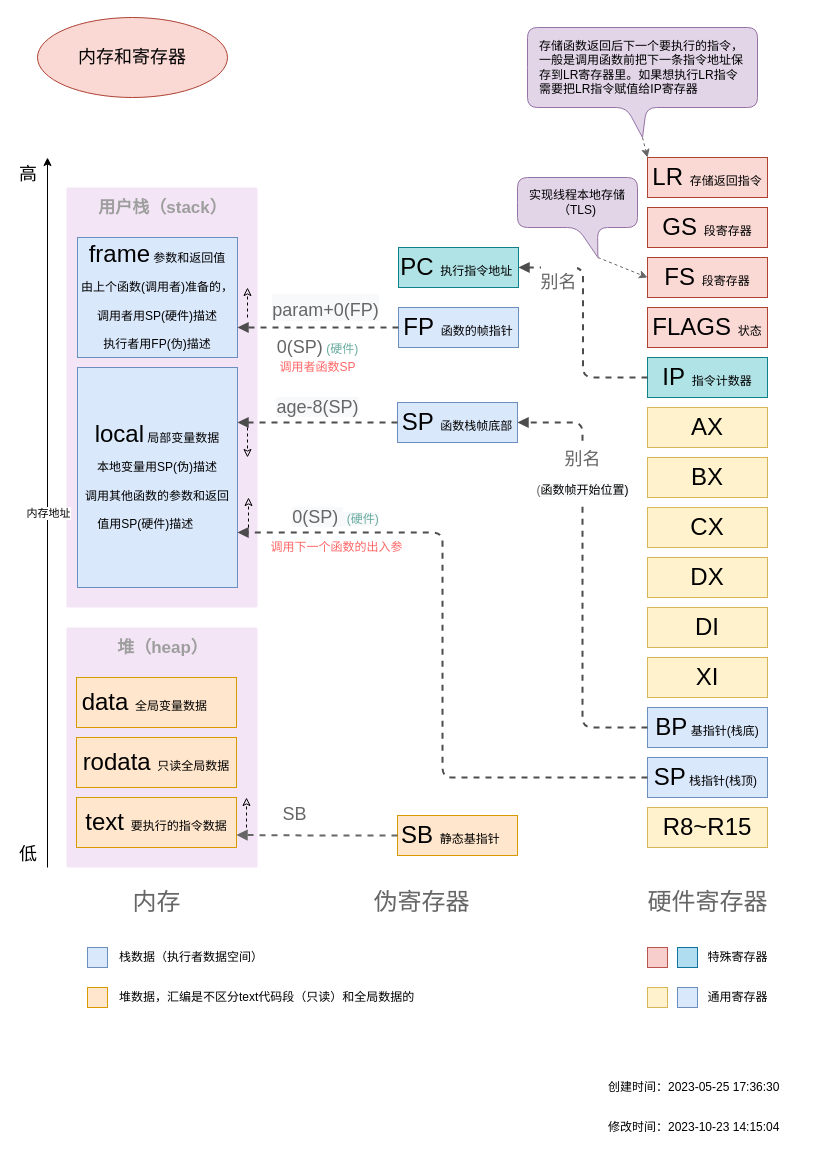
This is 运行原理图解源文件/5.Golang内存和寄存器.drawio from fire1220/annotation-go1.16.14, a draw.io file, before an edit. Source tidied: cells renumbered, new cells numbered last; positions are measured from the earlier drawing's top-left corner, leaving out a move shared by most shapes. Both pictures are drawn from the tidied source at 100%, with x=0, y=0 at pixel (37, 17).
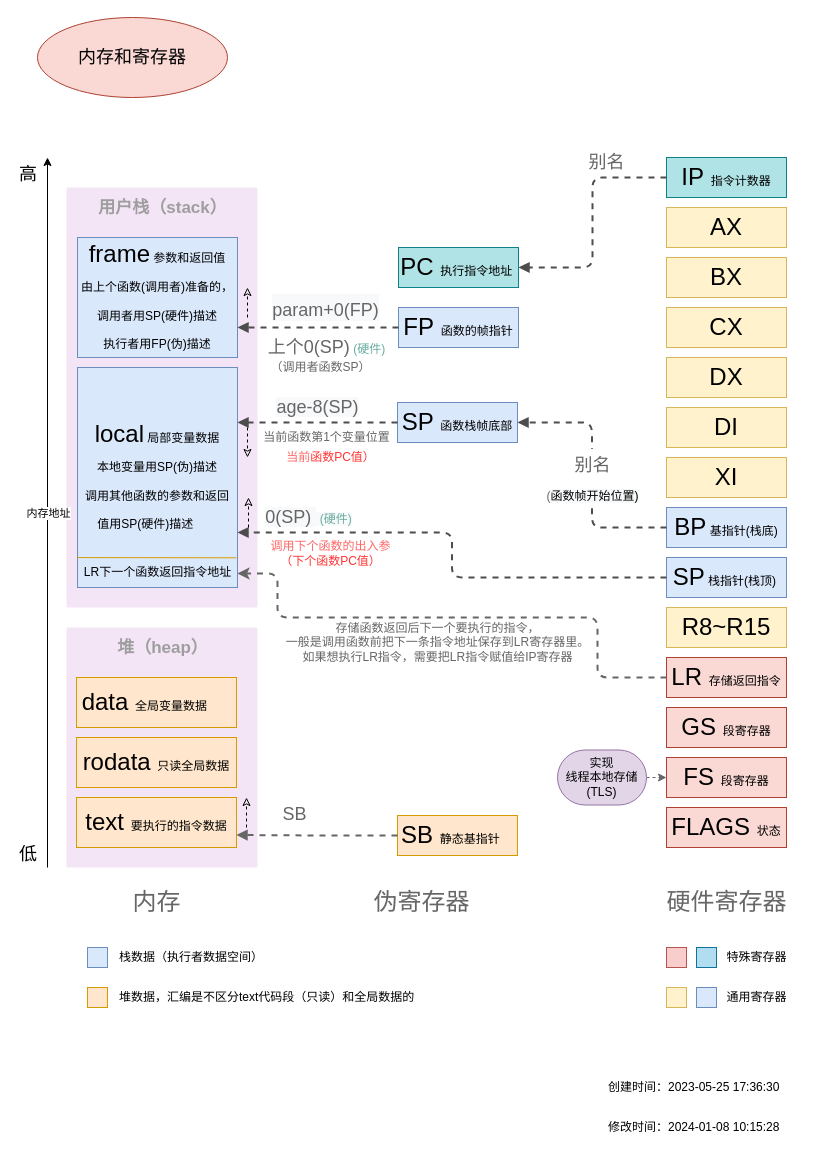
The same diagram, later.

Unchanged cells that the change refers to:
```xml
<mxCell id="20" value="PC&amp;nbsp;&lt;font style=&quot;font-size: 12px&quot;&gt;执行指令地址&amp;nbsp;&lt;/font&gt;" style="whiteSpace=wrap;html=1;fontSize=24;fillColor=#b0e3e6;strokeColor=#0e8088;align=center;" parent="1" vertex="1">
  <mxGeometry x="361" y="230" width="120" height="40" as="geometry" />
</mxCell>
<mxCell id="22" value="SP&amp;nbsp;&lt;font style=&quot;font-size: 12px&quot;&gt;函数栈帧底部&lt;/font&gt;" style="whiteSpace=wrap;html=1;fontSize=24;fillColor=#dae8fc;strokeColor=#6c8ebf;" parent="1" vertex="1">
  <mxGeometry x="360" y="385" width="120" height="40" as="geometry" />
</mxCell>
```

Diff of the diagram source:
```diff
@@
     <mxCell id="5" value="FLAGS&amp;nbsp;&lt;font style=&quot;font-size: 12px&quot;&gt;状态&lt;/font&gt;" style="whiteSpace=wrap;html=1;fontSize=24;fillColor=#fad9d5;strokeColor=#ae4132;" parent="1" vertex="1">
-      <mxGeometry x="610" y="290" width="120" height="40" as="geometry" />
+      <mxGeometry x="629" y="790" width="120" height="40" as="geometry" />
     </mxCell>
     <mxCell id="6" value="DX" style="whiteSpace=wrap;html=1;fontSize=24;fillColor=#fff2cc;strokeColor=#d6b656;" parent="1" vertex="1">
-      <mxGeometry x="610" y="540" width="120" height="40" as="geometry" />
+      <mxGeometry x="629" y="340" width="120" height="40" as="geometry" />
     </mxCell>
     <mxCell id="7" value="IP&amp;nbsp;&lt;font style=&quot;font-size: 12px&quot;&gt;指令计数器&lt;/font&gt;" style="whiteSpace=wrap;html=1;fontSize=24;fillColor=#b0e3e6;strokeColor=#0e8088;" parent="1" vertex="1">
-      <mxGeometry x="610" y="340" width="120" height="40" as="geometry" />
+      <mxGeometry x="629" y="140" width="120" height="40" as="geometry" />
     </mxCell>
     <mxCell id="8" value="CX" style="whiteSpace=wrap;html=1;fontSize=24;fillColor=#fff2cc;strokeColor=#d6b656;" parent="1" vertex="1">
-      <mxGeometry x="610" y="490" width="120" height="40" as="geometry" />
+      <mxGeometry x="629" y="290" width="120" height="40" as="geometry" />
     </mxCell>
     <mxCell id="9" value="BP&lt;font style=&quot;font-size: 12px&quot;&gt;&amp;nbsp;&lt;/font&gt;&lt;font style=&quot;font-size: 12px&quot;&gt;&lt;font style=&quot;font-size: 12px&quot;&gt;&lt;font style=&quot;font-size: 12px&quot;&gt;基指针(&lt;/font&gt;栈底)&lt;/font&gt;&lt;br&gt;&lt;/font&gt;" style="whiteSpace=wrap;html=1;fontSize=24;fillColor=#dae8fc;strokeColor=#6c8ebf;" parent="1" vertex="1">
-      <mxGeometry x="610" y="690" width="120" height="40" as="geometry" />
+      <mxGeometry x="629" y="490" width="120" height="40" as="geometry" />
     </mxCell>
     <mxCell id="10" value="R8~R15" style="whiteSpace=wrap;html=1;fontSize=24;fillColor=#fff2cc;strokeColor=#d6b656;" parent="1" vertex="1">
-      <mxGeometry x="610" y="790" width="120" height="40" as="geometry" />
+      <mxGeometry x="629" y="590" width="120" height="40" as="geometry" />
     </mxCell>
     <mxCell id="11" value="AX" style="whiteSpace=wrap;html=1;fontSize=24;fillColor=#fff2cc;strokeColor=#d6b656;" parent="1" vertex="1">
-      <mxGeometry x="610" y="390" width="120" height="40" as="geometry" />
+      <mxGeometry x="629" y="190" width="120" height="40" as="geometry" />
     </mxCell>
     <mxCell id="12" value="BX" style="whiteSpace=wrap;html=1;fontSize=24;fillColor=#fff2cc;strokeColor=#d6b656;" parent="1" vertex="1">
-      <mxGeometry x="610" y="440" width="120" height="40" as="geometry" />
+      <mxGeometry x="629" y="240" width="120" height="40" as="geometry" />
     </mxCell>
     <mxCell id="13" value="SP&lt;font style=&quot;font-size: 12px&quot;&gt;&amp;nbsp;&lt;font style=&quot;font-size: 12px&quot;&gt;栈指针(栈顶)&lt;/font&gt;&lt;/font&gt;&lt;font style=&quot;font-size: 12px&quot;&gt;&amp;nbsp;&lt;/font&gt;" style="whiteSpace=wrap;html=1;fontSize=24;fillColor=#dae8fc;strokeColor=#6c8ebf;" parent="1" vertex="1">
-      <mxGeometry x="610" y="740" width="120" height="40" as="geometry" />
+      <mxGeometry x="629" y="540" width="120" height="40" as="geometry" />
     </mxCell>
@@
-    <mxCell id="15" value="local&lt;font style=&quot;font-size: 12px&quot;&gt; 局部变量数据&lt;br&gt;本地变量用SP(伪)描述&lt;br&gt;调用其他函数的参数和返回值用SP(硬件)描述&amp;nbsp; &amp;nbsp; &amp;nbsp; &amp;nbsp;&lt;/font&gt;" style="whiteSpace=wrap;html=1;fontSize=24;fillColor=#dae8fc;strokeColor=#6c8ebf;spacingLeft=5;spacingRight=5;" parent="1" vertex="1">
-      <mxGeometry x="40" y="350" width="160" height="220" as="geometry" />
-    </mxCell>
@@
     <mxCell id="19" value="硬件寄存器" style="text;html=1;align=center;verticalAlign=middle;strokeColor=none;fontSize=24;fontColor=#666;" parent="1" vertex="1">
-      <mxGeometry x="600" y="870" width="140" height="30" as="geometry" />
+      <mxGeometry x="619" y="870" width="140" height="30" as="geometry" />
     </mxCell>
@@
     <mxCell id="28" value="&lt;span style=&quot;font-size: 18px&quot;&gt;别名&lt;/span&gt;" style="html=1;verticalAlign=bottom;endArrow=block;shadow=0;edgeStyle=orthogonalEdgeStyle;dashed=1;fontSize=24;fontColor=#666;strokeColor=#4D4D4D;strokeWidth=2;exitX=0;exitY=0.5;exitDx=0;exitDy=0;entryX=1;entryY=0.5;entryDx=0;entryDy=0;" parent="1" edge="1" source="7" target="20">
-      <mxGeometry x="0.21" y="26" relative="1" as="geometry">
-        <mxPoint x="1" as="offset" />
-      </mxGeometry>
+      <mxGeometry x="-0.5" relative="1" as="geometry" />
     </mxCell>
-    <mxCell id="29" value="&lt;span style=&quot;font-size: 18px&quot;&gt;别名&lt;br&gt;&lt;/span&gt;&lt;font style=&quot;font-size: 12px&quot;&gt;(&lt;/font&gt;&lt;font style=&quot;font-size: 12px&quot;&gt;&lt;span style=&quot;color: rgb(0 , 0 , 0) ; background-color: rgb(248 , 249 , 250)&quot;&gt;函数帧开始位置)&lt;/span&gt;&lt;br&gt;&lt;/font&gt;" style="html=1;verticalAlign=bottom;endArrow=block;shadow=0;edgeStyle=orthogonalEdgeStyle;dashed=1;fontSize=24;fontColor=#666;strokeColor=#4D4D4D;strokeWidth=2;exitX=0;exitY=0.5;exitDx=0;exitDy=0;entryX=1;entryY=0.5;entryDx=0;entryDy=0;" parent="1" edge="1" source="9" target="22">
-      <mxGeometry x="0.33" relative="1" as="geometry" />
+    <mxCell id="29" value="&lt;span style=&quot;font-size: 18px&quot;&gt;别名&lt;br&gt;&lt;/span&gt;&lt;font style=&quot;font-size: 12px&quot;&gt;(&lt;/font&gt;&lt;font style=&quot;font-size: 12px&quot;&gt;&lt;span style=&quot;color: rgb(0 , 0 , 0) ; background-color: rgb(248 , 249 , 250)&quot;&gt;&lt;font style=&quot;font-size: 12px&quot;&gt;函数帧开始位置)&lt;/font&gt;&lt;/span&gt;&lt;br&gt;&lt;/font&gt;" style="html=1;verticalAlign=bottom;endArrow=block;shadow=0;edgeStyle=orthogonalEdgeStyle;dashed=1;fontSize=24;fontColor=#666;strokeColor=#4D4D4D;strokeWidth=2;exitX=0;exitY=0.5;exitDx=0;exitDy=0;entryX=1;entryY=0.5;entryDx=0;entryDy=0;" parent="1" edge="1" source="9" target="22">
+      <mxGeometry x="-0.26" relative="1" as="geometry">
+        <mxPoint y="1" as="offset" />
+      </mxGeometry>
     </mxCell>
@@
     <mxCell id="44" style="whiteSpace=wrap;html=1;fillColor=#b1ddf0;strokeColor=#10739e;" parent="1" vertex="1">
-      <mxGeometry x="640" y="930" width="20" height="20" as="geometry" />
+      <mxGeometry x="659" y="930" width="20" height="20" as="geometry" />
     </mxCell>
     <mxCell id="45" style="whiteSpace=wrap;html=1;fillColor=#fff2cc;strokeColor=#d6b656;" parent="1" vertex="1">
-      <mxGeometry x="610" y="970" width="20" height="20" as="geometry" />
+      <mxGeometry x="629" y="970" width="20" height="20" as="geometry" />
     </mxCell>
     <mxCell id="46" style="whiteSpace=wrap;html=1;fillColor=#f8cecc;strokeColor=#b85450;" parent="1" vertex="1">
-      <mxGeometry x="610" y="930" width="20" height="20" as="geometry" />
+      <mxGeometry x="629" y="930" width="20" height="20" as="geometry" />
     </mxCell>
     <mxCell id="47" style="whiteSpace=wrap;html=1;fillColor=#dae8fc;strokeColor=#6c8ebf;" parent="1" vertex="1">
-      <mxGeometry x="640" y="970" width="20" height="20" as="geometry" />
+      <mxGeometry x="659" y="970" width="20" height="20" as="geometry" />
     </mxCell>
     <mxCell id="48" value="特殊寄存器" style="text;html=1;align=center;verticalAlign=middle;strokeColor=none;" parent="1" vertex="1">
-      <mxGeometry x="660" y="930" width="80" height="20" as="geometry" />
+      <mxGeometry x="679" y="930" width="80" height="20" as="geometry" />
     </mxCell>
     <mxCell id="49" value="通用寄存器" style="text;html=1;align=center;verticalAlign=middle;strokeColor=none;" parent="1" vertex="1">
-      <mxGeometry x="660" y="970" width="80" height="20" as="geometry" />
+      <mxGeometry x="679" y="970" width="80" height="20" as="geometry" />
     </mxCell>
-    <mxCell id="50" value="修改时间：2023-10-23 14:15:04" style="text;html=1;align=left;verticalAlign=middle;strokeColor=none;" parent="1" vertex="1">
+    <mxCell id="50" value="修改时间：2024-01-08 10:15:28" style="text;html=1;align=left;verticalAlign=middle;strokeColor=none;" parent="1" vertex="1">
       <mxGeometry x="569" y="1100" width="190" height="20" as="geometry" />
     </mxCell>
@@
     <mxCell id="52" value="XI" style="whiteSpace=wrap;html=1;fontSize=24;fillColor=#fff2cc;strokeColor=#d6b656;" parent="1" vertex="1">
-      <mxGeometry x="610" y="640" width="120" height="40" as="geometry" />
+      <mxGeometry x="629" y="440" width="120" height="40" as="geometry" />
     </mxCell>
     <mxCell id="53" value="DI" style="whiteSpace=wrap;html=1;fontSize=24;fillColor=#fff2cc;strokeColor=#d6b656;" parent="1" vertex="1">
-      <mxGeometry x="610" y="590" width="120" height="40" as="geometry" />
+      <mxGeometry x="629" y="390" width="120" height="40" as="geometry" />
     </mxCell>
     <mxCell id="54" value="GS&amp;nbsp;&lt;font style=&quot;font-size: 12px&quot;&gt;段寄存器&lt;/font&gt;" style="whiteSpace=wrap;html=1;fontSize=24;fillColor=#fad9d5;strokeColor=#ae4132;" parent="1" vertex="1">
-      <mxGeometry x="610" y="190" width="120" height="40" as="geometry" />
+      <mxGeometry x="629" y="690" width="120" height="40" as="geometry" />
     </mxCell>
     <mxCell id="55" value="FS&amp;nbsp;&lt;font style=&quot;font-size: 12px&quot;&gt;段寄存器&lt;/font&gt;" style="whiteSpace=wrap;html=1;fontSize=24;fillColor=#fad9d5;strokeColor=#ae4132;" parent="1" vertex="1">
-      <mxGeometry x="610" y="240" width="120" height="40" as="geometry" />
+      <mxGeometry x="629" y="740" width="120" height="40" as="geometry" />
     </mxCell>
-    <mxCell id="56" style="rounded=1;jettySize=auto;html=1;entryX=0;entryY=0.5;entryDx=0;entryDy=0;strokeColor=#666666;dashed=1;exitX=0;exitY=0;exitDx=80.4;exitDy=80;exitPerimeter=0;" parent="1" edge="1" source="57" target="55">
-      <mxGeometry relative="1" as="geometry" />
-    </mxCell>
-    <mxCell id="57" value="实现线程本地存储 （TLS)" style="shape=callout;rounded=1;whiteSpace=wrap;html=1;perimeter=calloutPerimeter;position2=0.67;fillColor=#e1d5e7;strokeColor=#9673a6;" parent="1" vertex="1">
-      <mxGeometry x="480" y="160" width="120" height="80" as="geometry" />
-    </mxCell>
+    <mxCell id="65" style="edgeStyle=orthogonalEdgeStyle;rounded=1;jettySize=auto;html=1;entryX=1;entryY=0.55;entryDx=0;entryDy=0;entryPerimeter=0;dashed=1;strokeColor=#666666;strokeWidth=2;" parent="1" edge="1" source="58" target="68">
+      <mxGeometry relative="1" as="geometry">
+        <Array as="points">
+          <mxPoint x="560" y="660" />
+          <mxPoint x="560" y="600" />
+          <mxPoint x="240" y="600" />
+          <mxPoint x="240" y="556" />
+        </Array>
+      </mxGeometry>
+    </mxCell>
     <mxCell id="58" value="LR&amp;nbsp;&lt;font style=&quot;font-size: 12px&quot;&gt;存储返回指令&lt;/font&gt;" style="whiteSpace=wrap;html=1;fontSize=24;fillColor=#fad9d5;strokeColor=#ae4132;" parent="1" vertex="1">
-      <mxGeometry x="610" y="140" width="120" height="40" as="geometry" />
+      <mxGeometry x="629" y="640" width="120" height="40" as="geometry" />
     </mxCell>
-    <mxCell id="59" style="rounded=0;jettySize=auto;html=1;strokeColor=#666666;dashed=1;exitX=0;exitY=0;exitDx=115;exitDy=110;exitPerimeter=0;entryX=0;entryY=0;entryDx=0;entryDy=0;" parent="1" edge="1" source="60" target="58">
-      <mxGeometry relative="1" as="geometry" />
-    </mxCell>
-    <mxCell id="60" value="存储函数返回后下一个要执行的指令，一般是调用函数前把下一条指令地址保存到LR寄存器里。如果想执行LR指令&lt;br&gt;需要把LR指令赋值给IP寄存器" style="shape=callout;rounded=1;whiteSpace=wrap;html=1;perimeter=calloutPerimeter;align=left;spacingLeft=10;spacingRight=5;size=30;position=0.43;fillColor=#e1d5e7;strokeColor=#9673a6;" parent="1" vertex="1">
-      <mxGeometry x="490" y="10" width="230" height="110" as="geometry" />
-    </mxCell>
-    <mxCell id="61" value="&lt;span&gt;&lt;font color=&quot;#ff6666&quot;&gt;调用下一个函数的出入参&lt;/font&gt;&lt;/span&gt;" style="text;html=1;align=center;verticalAlign=middle;strokeColor=none;" parent="1" vertex="1">
-      <mxGeometry x="224" y="520" width="150" height="20" as="geometry" />
+    <mxCell id="61" value="&lt;span&gt;&lt;font color=&quot;#ff6666&quot;&gt;调用下个函数的出入参&lt;br&gt;&lt;/font&gt;&lt;/span&gt;&lt;span style=&quot;color: rgb(255 , 51 , 51)&quot;&gt;（下个函数PC值）&lt;/span&gt;&lt;span&gt;&lt;font color=&quot;#ff6666&quot;&gt;&lt;br&gt;&lt;/font&gt;&lt;/span&gt;" style="text;html=1;align=center;verticalAlign=middle;strokeColor=none;" parent="1" vertex="1">
+      <mxGeometry x="223" y="521" width="140" height="30" as="geometry" />
     </mxCell>
-    <mxCell id="62" style="group;" parent="1" vertex="1">
-      <mxGeometry x="230" y="320" width="100" height="40" as="geometry" />
-    </mxCell>
+    <mxCell id="66" style="group;" parent="1" vertex="1">
+      <mxGeometry x="40" y="350" width="160" height="220" as="geometry" />
+    </mxCell>
+    <mxCell id="15" value="local&lt;font style=&quot;font-size: 12px&quot;&gt; 局部变量数据&lt;br&gt;本地变量用SP(伪)描述&lt;br&gt;调用其他函数的参数和返回值用SP(硬件)描述&amp;nbsp; &amp;nbsp; &amp;nbsp; &amp;nbsp;&lt;/font&gt;" style="whiteSpace=wrap;html=1;fontSize=24;fillColor=#dae8fc;strokeColor=#6c8ebf;spacingLeft=5;spacingRight=5;" parent="66" vertex="1">
+      <mxGeometry width="160" height="220" as="geometry" />
+    </mxCell>
+    <mxCell id="67" style="endArrow=none;html=1;exitX=0;exitY=0.864;exitDx=0;exitDy=0;exitPerimeter=0;fillColor=#ffe6cc;strokeColor=#d79b00;entryX=0.993;entryY=0.865;entryDx=0;entryDy=0;entryPerimeter=0;" parent="66" edge="1" source="15" target="15">
+      <mxGeometry relative="1" as="geometry" />
+    </mxCell>
+    <mxCell id="68" value="LR下一个函数返回指令地址" style="text;html=1;align=center;verticalAlign=middle;points=[];strokeColor=none;" parent="66" vertex="1">
+      <mxGeometry y="195" width="160" height="20" as="geometry" />
+    </mxCell>
+    <mxCell id="69" style="group;" parent="1" vertex="1">
+      <mxGeometry x="223" y="320" width="131" height="40" as="geometry" />
+    </mxCell>
-    <mxCell id="63" value="&lt;font style=&quot;font-size: 18px&quot; color=&quot;#666666&quot;&gt;0(SP)&lt;/font&gt;&lt;font style=&quot;font-size: 12px&quot;&gt;&lt;font color=&quot;#67ab9f&quot;&gt; (硬件)&lt;/font&gt;&lt;br&gt;&lt;/font&gt;" style="text;html=1;align=center;verticalAlign=middle;strokeColor=none;" parent="62" vertex="1">
-      <mxGeometry width="100" height="20" as="geometry" />
+    <mxCell id="63" value="&lt;font style=&quot;font-size: 18px&quot; color=&quot;#666666&quot;&gt;上个0(SP)&lt;/font&gt;&lt;font style=&quot;font-size: 12px&quot;&gt;&lt;font color=&quot;#67ab9f&quot;&gt; (硬件)&lt;/font&gt;&lt;br&gt;&lt;/font&gt;" style="text;html=1;align=center;verticalAlign=middle;strokeColor=none;" parent="69" vertex="1">
+      <mxGeometry x="1" width="130" height="20" as="geometry" />
     </mxCell>
-    <mxCell id="64" value="&lt;span style=&quot;color: rgb(255 , 102 , 102)&quot;&gt;调用者函数SP&lt;/span&gt;" style="text;html=1;align=center;verticalAlign=middle;strokeColor=none;" parent="62" vertex="1">
-      <mxGeometry x="5" y="20" width="90" height="20" as="geometry" />
+    <mxCell id="64" value="&lt;font color=&quot;#666666&quot;&gt;（调用者函数SP）&lt;/font&gt;" style="text;html=1;align=center;verticalAlign=middle;strokeColor=none;" parent="69" vertex="1">
+      <mxGeometry y="20" width="120" height="20" as="geometry" />
     </mxCell>
+    <mxCell id="70" style="edgeStyle=orthogonalEdgeStyle;rounded=0;jettySize=auto;html=1;entryX=0;entryY=0.5;entryDx=0;entryDy=0;dashed=1;strokeColor=#666666;exitX=1;exitY=0.5;exitDx=0;exitDy=0;" parent="1" edge="1" source="71" target="55">
+      <mxGeometry relative="1" as="geometry" />
+    </mxCell>
+    <mxCell id="71" value="&lt;span&gt;实现&lt;br&gt;线程本地存储&lt;br&gt;(TLS)&lt;/span&gt;" style="rounded=1;whiteSpace=wrap;html=1;fillColor=#e1d5e7;strokeColor=#9673a6;arcSize=50;" parent="1" vertex="1">
+      <mxGeometry x="520" y="732.5" width="89" height="55" as="geometry" />
+    </mxCell>
+    <mxCell id="72" value="&lt;font color=&quot;#666666&quot;&gt;&lt;span style=&quot;text-align: left&quot;&gt;存储函数返回后下一个要执行的指令，&lt;br&gt;一般是调用函数前把下一条指令地址保存到LR寄存器里。&lt;br&gt;如果想执行LR指令，&lt;/span&gt;&lt;span style=&quot;text-align: left&quot;&gt;需要把LR指令赋值给IP寄存器&lt;/span&gt;&lt;/font&gt;" style="text;html=1;align=center;verticalAlign=middle;strokeColor=none;" parent="1" vertex="1">
+      <mxGeometry x="240" y="600" width="320" height="50" as="geometry" />
+    </mxCell>
+    <mxCell id="73" value="&lt;font color=&quot;#ff6666&quot;&gt;当前&lt;/font&gt;&lt;span style=&quot;color: rgb(255 , 51 , 51)&quot;&gt;函数PC值）&lt;/span&gt;&lt;font color=&quot;#ff6666&quot;&gt;&lt;br&gt;&lt;/font&gt;" style="text;html=1;align=center;verticalAlign=middle;strokeColor=none;" parent="1" vertex="1">
+      <mxGeometry x="243" y="430" width="100" height="20" as="geometry" />
+    </mxCell>
+    <mxCell id="74" value="&lt;font color=&quot;#666666&quot;&gt;当前函数第1个变量位置&lt;/font&gt;&lt;font color=&quot;#ff6666&quot;&gt;&lt;br&gt;&lt;/font&gt;" style="text;html=1;align=center;verticalAlign=middle;strokeColor=none;" parent="1" vertex="1">
+      <mxGeometry x="218.5" y="410" width="140" height="20" as="geometry" />
+    </mxCell>
```
